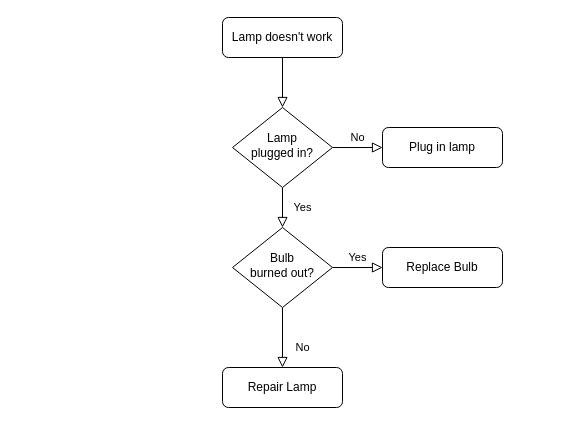
The draw.io diagram net-New.drawio in dingiso/TEST_For_Everything, before the edit. Source tidied: cells renumbered, new cells numbered last; positions are measured from the earlier drawing's top-left corner, leaving out a move shared by most shapes. Both pictures are drawn from the tidied source at 100%, with x=0, y=0 at pixel (222, 17).
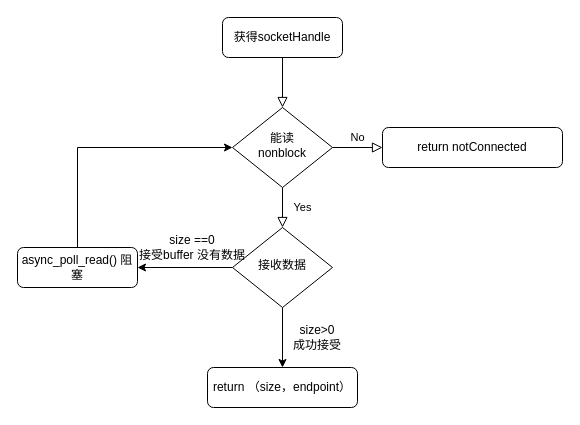
The same page after the edit.

Change to the diagram source:
```diff
@@
 <mxGraphModel>
   <root>
     <mxCell id="0" />
     <mxCell id="1" parent="0" />
     <mxCell id="2" style="rounded=0;html=1;jettySize=auto;fontSize=11;endArrow=block;endFill=0;endSize=8;strokeWidth=1;shadow=0;labelBackgroundColor=none;edgeStyle=orthogonalEdgeStyle;" parent="1" edge="1" source="3" target="6">
       <mxGeometry relative="1" as="geometry" />
     </mxCell>
-    <mxCell id="3" value="Lamp doesn't work" style="rounded=1;whiteSpace=wrap;html=1;fontSize=12;glass=0;strokeWidth=1;shadow=0;" parent="1" vertex="1">
+    <mxCell id="3" value="获得socketHandle" style="rounded=1;whiteSpace=wrap;html=1;fontSize=12;glass=0;strokeWidth=1;shadow=0;" parent="1" vertex="1">
       <mxGeometry width="120" height="40" as="geometry" />
     </mxCell>
     <mxCell id="4" value="Yes" style="rounded=0;html=1;jettySize=auto;fontSize=11;endArrow=block;endFill=0;endSize=8;strokeWidth=1;shadow=0;labelBackgroundColor=none;edgeStyle=orthogonalEdgeStyle;" parent="1" edge="1" source="6" target="10">
       <mxGeometry y="20" relative="1" as="geometry" />
     </mxCell>
     <mxCell id="5" value="No" style="edgeStyle=orthogonalEdgeStyle;rounded=0;html=1;jettySize=auto;fontSize=11;endArrow=block;endFill=0;endSize=8;strokeWidth=1;shadow=0;labelBackgroundColor=none;" parent="1" edge="1" source="6" target="7">
       <mxGeometry y="10" relative="1" as="geometry" />
     </mxCell>
-    <mxCell id="6" value="Lamp&lt;br&gt;plugged in?" style="rhombus;whiteSpace=wrap;html=1;shadow=0;fontFamily=Helvetica;fontSize=12;align=center;strokeWidth=1;spacing=6;spacingTop=-4;" parent="1" vertex="1">
+    <mxCell id="6" value="能读&lt;br&gt;nonblock" style="rhombus;whiteSpace=wrap;html=1;shadow=0;fontFamily=Helvetica;fontSize=12;align=center;strokeWidth=1;spacing=6;spacingTop=-4;" parent="1" vertex="1">
       <mxGeometry x="10" y="90" width="100" height="80" as="geometry" />
     </mxCell>
-    <mxCell id="7" value="Plug in lamp" style="rounded=1;whiteSpace=wrap;html=1;fontSize=12;glass=0;strokeWidth=1;shadow=0;" parent="1" vertex="1">
-      <mxGeometry x="160" y="110" width="120" height="40" as="geometry" />
+    <mxCell id="7" value="return notConnected" style="rounded=1;whiteSpace=wrap;html=1;fontSize=12;glass=0;strokeWidth=1;shadow=0;" parent="1" vertex="1">
+      <mxGeometry x="160" y="110" width="180" height="40" as="geometry" />
     </mxCell>
-    <mxCell id="8" value="No" style="rounded=0;html=1;jettySize=auto;fontSize=11;endArrow=block;endFill=0;endSize=8;strokeWidth=1;shadow=0;labelBackgroundColor=none;edgeStyle=orthogonalEdgeStyle;" parent="1" edge="1" source="10" target="11">
-      <mxGeometry x="0.33" y="20" relative="1" as="geometry" />
+    <mxCell id="8" style="edgeStyle=orthogonalEdgeStyle;rounded=0;jettySize=auto;html=1;entryX=0.5;entryY=0;entryDx=0;entryDy=0;" parent="1" edge="1" source="10" target="11">
+      <mxGeometry relative="1" as="geometry" />
     </mxCell>
-    <mxCell id="9" value="Yes" style="edgeStyle=orthogonalEdgeStyle;rounded=0;html=1;jettySize=auto;fontSize=11;endArrow=block;endFill=0;endSize=8;strokeWidth=1;shadow=0;labelBackgroundColor=none;" parent="1" edge="1" source="10" target="12">
-      <mxGeometry y="10" relative="1" as="geometry" />
+    <mxCell id="9" style="edgeStyle=orthogonalEdgeStyle;rounded=0;jettySize=auto;html=1;" parent="1" edge="1" source="10" target="12">
+      <mxGeometry relative="1" as="geometry" />
     </mxCell>
-    <mxCell id="10" value="Bulb&lt;br&gt;burned out?" style="rhombus;whiteSpace=wrap;html=1;shadow=0;fontFamily=Helvetica;fontSize=12;align=center;strokeWidth=1;spacing=6;spacingTop=-4;" parent="1" vertex="1">
+    <mxCell id="10" value="接收数据" style="rhombus;whiteSpace=wrap;html=1;shadow=0;fontFamily=Helvetica;fontSize=12;align=center;strokeWidth=1;spacing=6;spacingTop=-4;" parent="1" vertex="1">
       <mxGeometry x="10" y="210" width="100" height="80" as="geometry" />
     </mxCell>
-    <mxCell id="11" value="Repair Lamp" style="rounded=1;whiteSpace=wrap;html=1;fontSize=12;glass=0;strokeWidth=1;shadow=0;" parent="1" vertex="1">
-      <mxGeometry y="350" width="120" height="40" as="geometry" />
+    <mxCell id="11" value="return （size，endpoint）" style="rounded=1;whiteSpace=wrap;html=1;fontSize=12;glass=0;strokeWidth=1;shadow=0;" parent="1" vertex="1">
+      <mxGeometry x="-15" y="350" width="150" height="40" as="geometry" />
     </mxCell>
+    <mxCell id="13" style="edgeStyle=orthogonalEdgeStyle;rounded=0;jettySize=auto;html=1;entryX=0;entryY=0.5;entryDx=0;entryDy=0;" parent="1" edge="1" source="12" target="6">
+      <mxGeometry relative="1" as="geometry">
+        <Array as="points">
+          <mxPoint x="-145" y="130" />
+        </Array>
+      </mxGeometry>
+    </mxCell>
-    <mxCell id="12" value="Replace Bulb" style="rounded=1;whiteSpace=wrap;html=1;fontSize=12;glass=0;strokeWidth=1;shadow=0;" parent="1" vertex="1">
-      <mxGeometry x="160" y="230" width="120" height="40" as="geometry" />
+    <mxCell id="12" value="async_poll_read() 阻塞" style="rounded=1;whiteSpace=wrap;html=1;fontSize=12;glass=0;strokeWidth=1;shadow=0;" parent="1" vertex="1">
+      <mxGeometry x="-205" y="230" width="120" height="40" as="geometry" />
     </mxCell>
+    <mxCell id="14" value="size ==0&lt;br&gt;接受buffer 没有数据" style="text;html=1;strokeColor=none;fillColor=none;align=center;verticalAlign=middle;whiteSpace=wrap;rounded=0;" parent="1" vertex="1">
+      <mxGeometry x="-85" y="220" width="110" height="20" as="geometry" />
+    </mxCell>
+    <mxCell id="15" value="size&amp;gt;0&lt;br&gt;成功接受" style="text;html=1;strokeColor=none;fillColor=none;align=center;verticalAlign=middle;whiteSpace=wrap;rounded=0;" parent="1" vertex="1">
+      <mxGeometry x="70" y="310" width="50" height="20" as="geometry" />
+    </mxCell>
   </root>
 </mxGraphModel>
```
